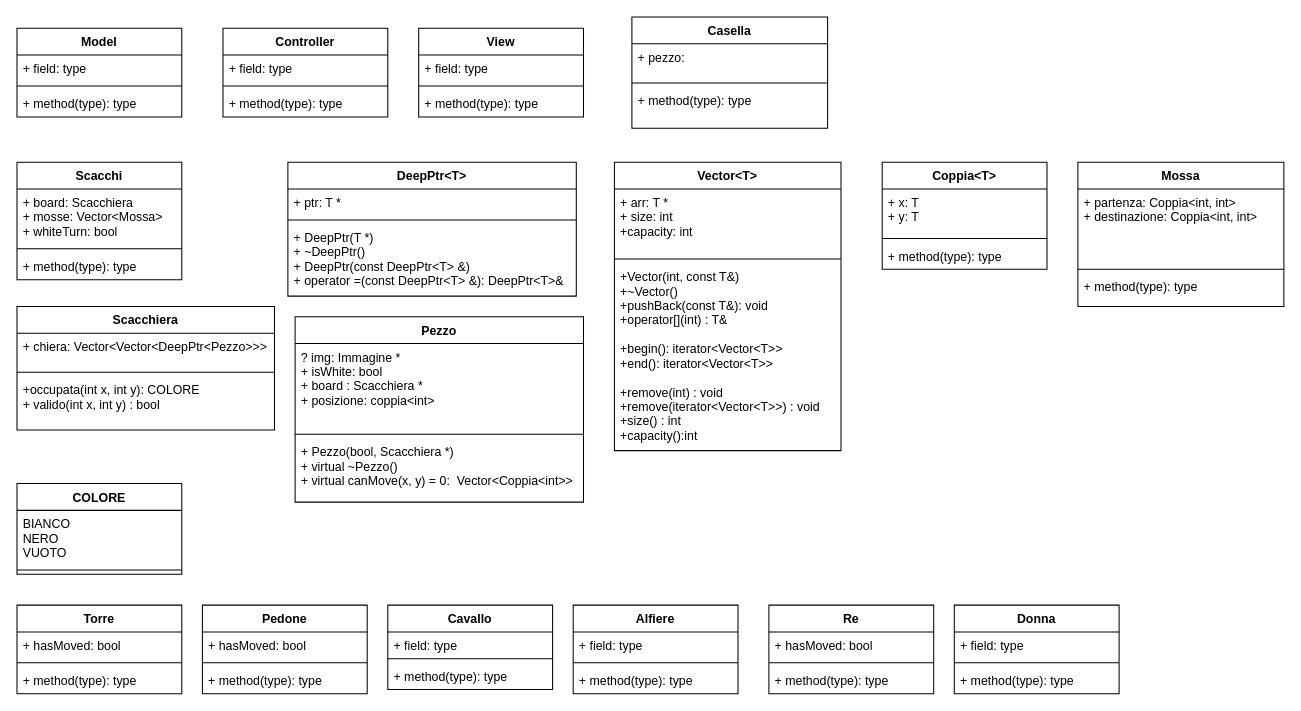
Earlier version of the draw.io diagram ClassDiagram.drawio (Sasy00/Scacchi). Source tidied: cells renumbered, new cells numbered last; positions are measured from the earlier drawing's top-left corner, leaving out a move shared by most shapes. Both pictures are drawn from the tidied source at 103%, with x=0, y=0 at pixel (16, 16).
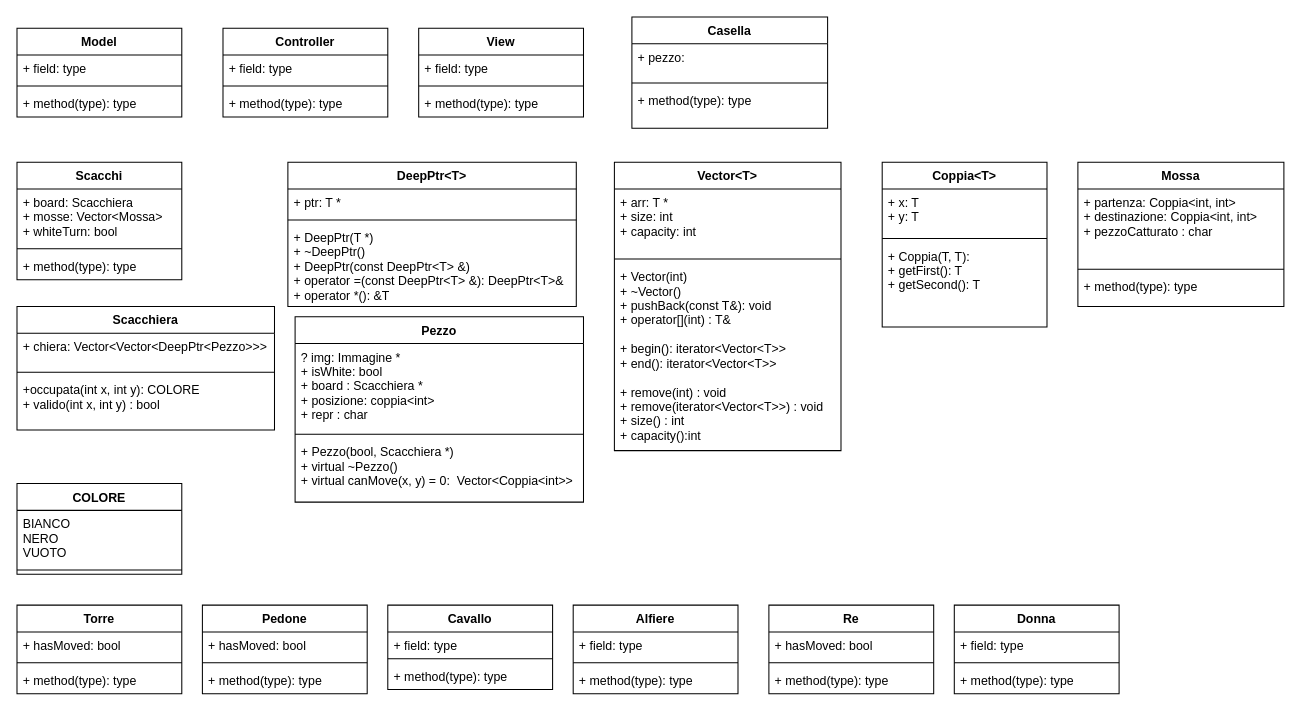
The same page after the edit.

The change refers to these unchanged cells:
```xml
<mxCell id="2" value="Pezzo" style="swimlane;fontStyle=1;align=center;verticalAlign=top;horizontal=1;startSize=26;" parent="1" vertex="1">
  <mxGeometry x="270" y="291" width="280" height="180" as="geometry" />
</mxCell>
<mxCell id="54" value="Vector&lt;T&gt;" style="swimlane;fontStyle=1;align=center;verticalAlign=top;horizontal=1;startSize=26;" parent="1" vertex="1">
  <mxGeometry x="580" y="141" width="220" height="280" as="geometry" />
</mxCell>
<mxCell id="69" value="Mossa" style="swimlane;fontStyle=1;align=center;verticalAlign=top;horizontal=1;startSize=26;" parent="1" vertex="1">
  <mxGeometry x="1030" y="141" width="200" height="140" as="geometry" />
</mxCell>
```

What changed in the source:
```diff
@@
-    <mxCell id="3" value="? img: Immagine *&#10;+ isWhite: bool&#10;+ board : Scacchiera *&#10;+ posizione: coppia&lt;int&gt;" style="text;strokeColor=none;fillColor=none;align=left;verticalAlign=top;spacingLeft=4;spacingRight=4;overflow=hidden;" parent="2" vertex="1">
+    <mxCell id="3" value="? img: Immagine *&#10;+ isWhite: bool&#10;+ board : Scacchiera *&#10;+ posizione: coppia&lt;int&gt;&#10;+ repr : char" style="text;strokeColor=none;fillColor=none;align=left;verticalAlign=top;spacingLeft=4;spacingRight=4;overflow=hidden;" parent="2" vertex="1">
       <mxGeometry y="26" width="280" height="84" as="geometry" />
     </mxCell>
@@
     <mxCell id="50" value="DeepPtr&lt;T&gt;" style="swimlane;fontStyle=1;align=center;verticalAlign=top;horizontal=1;startSize=26;" parent="1" vertex="1">
-      <mxGeometry x="263" y="141" width="280" height="130" as="geometry" />
+      <mxGeometry x="263" y="141" width="280" height="140" as="geometry" />
     </mxCell>
@@
-    <mxCell id="53" value="+ DeepPtr(T *)&#10;+ ~DeepPtr()&#10;+ DeepPtr(const DeepPtr&lt;T&gt; &amp;)&#10;+ operator =(const DeepPtr&lt;T&gt; &amp;): DeepPtr&lt;T&gt;&amp;" style="text;strokeColor=none;fillColor=none;align=left;verticalAlign=top;spacingLeft=4;spacingRight=4;overflow=hidden;" parent="50" vertex="1">
-      <mxGeometry y="60" width="280" height="70" as="geometry" />
+    <mxCell id="53" value="+ DeepPtr(T *)&#10;+ ~DeepPtr()&#10;+ DeepPtr(const DeepPtr&lt;T&gt; &amp;)&#10;+ operator =(const DeepPtr&lt;T&gt; &amp;): DeepPtr&lt;T&gt;&amp;&#10;+ operator *(): &amp;T" style="text;strokeColor=none;fillColor=none;align=left;verticalAlign=top;spacingLeft=4;spacingRight=4;overflow=hidden;" parent="50" vertex="1">
+      <mxGeometry y="60" width="280" height="80" as="geometry" />
     </mxCell>
@@
-    <mxCell id="55" value="+ arr: T *&#10;+ size: int&#10;+capacity: int" style="text;strokeColor=none;fillColor=none;align=left;verticalAlign=top;spacingLeft=4;spacingRight=4;overflow=hidden;" parent="54" vertex="1">
+    <mxCell id="55" value="+ arr: T *&#10;+ size: int&#10;+ capacity: int" style="text;strokeColor=none;fillColor=none;align=left;verticalAlign=top;spacingLeft=4;spacingRight=4;overflow=hidden;" parent="54" vertex="1">
       <mxGeometry y="26" width="220" height="64" as="geometry" />
     </mxCell>
@@
-    <mxCell id="57" value="+Vector(int, const T&amp;)&#10;+~Vector()&#10;+pushBack(const T&amp;): void&#10;+operator[](int) : T&amp;&#10;&#10;+begin(): iterator&lt;Vector&lt;T&gt;&gt;&#10;+end(): iterator&lt;Vector&lt;T&gt;&gt;&#10;&#10;+remove(int) : void&#10;+remove(iterator&lt;Vector&lt;T&gt;&gt;) : void&#10;+size() : int&#10;+capacity():int" style="text;strokeColor=none;fillColor=none;align=left;verticalAlign=top;spacingLeft=4;spacingRight=4;overflow=hidden;" parent="54" vertex="1">
+    <mxCell id="57" value="+ Vector(int)&#10;+ ~Vector()&#10;+ pushBack(const T&amp;): void&#10;+ operator[](int) : T&amp;&#10;&#10;+ begin(): iterator&lt;Vector&lt;T&gt;&gt;&#10;+ end(): iterator&lt;Vector&lt;T&gt;&gt;&#10;&#10;+ remove(int) : void&#10;+ remove(iterator&lt;Vector&lt;T&gt;&gt;) : void&#10;+ size() : int&#10;+ capacity():int" style="text;strokeColor=none;fillColor=none;align=left;verticalAlign=top;spacingLeft=4;spacingRight=4;overflow=hidden;" parent="54" vertex="1">
       <mxGeometry y="98" width="220" height="182" as="geometry" />
     </mxCell>
     <mxCell id="58" value="Coppia&lt;T&gt;" style="swimlane;fontStyle=1;align=center;verticalAlign=top;horizontal=1;startSize=26;" parent="1" vertex="1">
-      <mxGeometry x="840" y="141" width="160" height="104" as="geometry" />
+      <mxGeometry x="840" y="141" width="160" height="160" as="geometry" />
     </mxCell>
@@
-    <mxCell id="61" value="+ method(type): type" style="text;strokeColor=none;fillColor=none;align=left;verticalAlign=top;spacingLeft=4;spacingRight=4;overflow=hidden;" parent="58" vertex="1">
-      <mxGeometry y="78" width="160" height="26" as="geometry" />
+    <mxCell id="61" value="+ Coppia(T, T):&#10;+ getFirst(): T&#10;+ getSecond(): T" style="text;strokeColor=none;fillColor=none;align=left;verticalAlign=top;spacingLeft=4;spacingRight=4;overflow=hidden;" parent="58" vertex="1">
+      <mxGeometry y="78" width="160" height="82" as="geometry" />
     </mxCell>
@@
-    <mxCell id="70" value="+ partenza: Coppia&lt;int, int&gt;&#10;+ destinazione: Coppia&lt;int, int&gt;" style="text;strokeColor=none;fillColor=none;align=left;verticalAlign=top;spacingLeft=4;spacingRight=4;overflow=hidden;" parent="69" vertex="1">
+    <mxCell id="70" value="+ partenza: Coppia&lt;int, int&gt;&#10;+ destinazione: Coppia&lt;int, int&gt;&#10;+ pezzoCatturato : char" style="text;strokeColor=none;fillColor=none;align=left;verticalAlign=top;spacingLeft=4;spacingRight=4;overflow=hidden;" parent="69" vertex="1">
       <mxGeometry y="26" width="200" height="74" as="geometry" />
     </mxCell>
```
